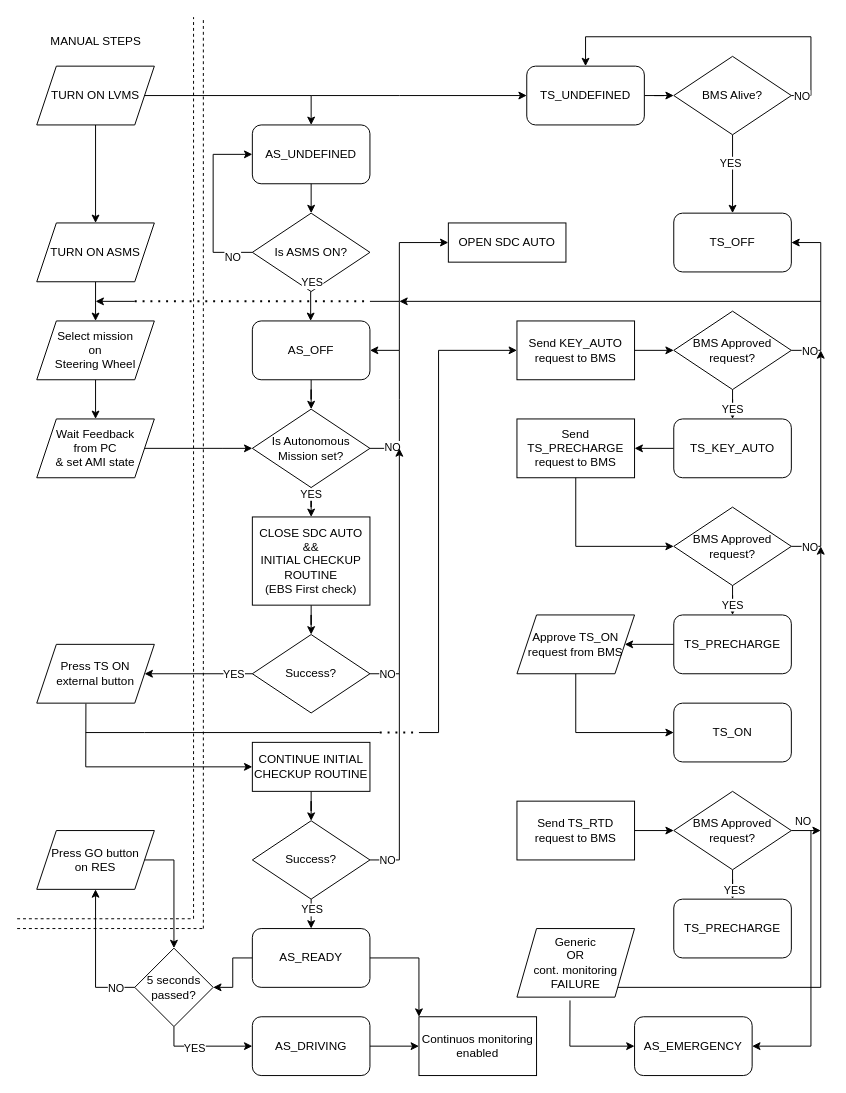
Earlier version of the draw.io diagram Diagramma senza titolo.drawio (carloFerr/carloFerr). Source tidied: cells renumbered, new cells numbered last; positions are measured from the earlier drawing's top-left corner, leaving out a move shared by most shapes. Both pictures are drawn from the tidied source at 98%, with x=0, y=0 at pixel (17, 17).
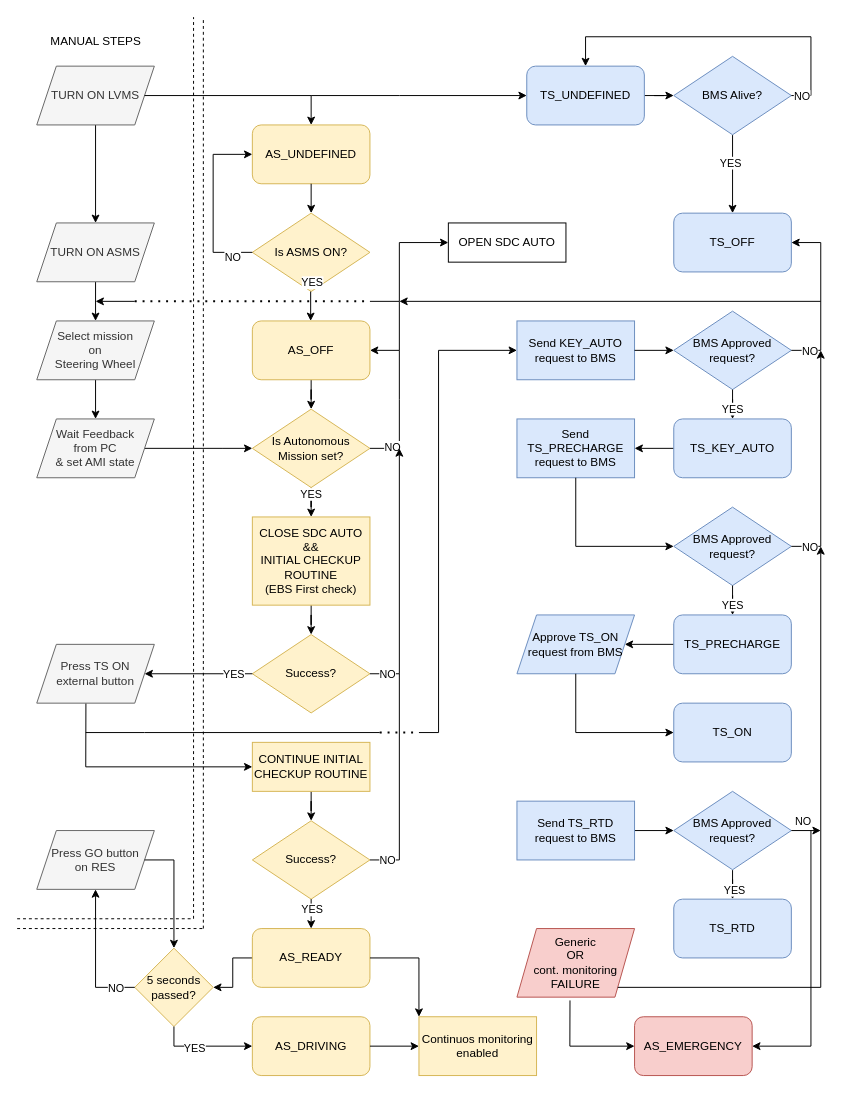
The same page after the edit.

The edit, as a diff of the source:
```diff
@@
-    <mxCell id="2" value="AS_UNDEFINED" style="rounded=1;whiteSpace=wrap;html=1;" parent="1" vertex="1">
+    <mxCell id="2" value="AS_UNDEFINED" style="rounded=1;whiteSpace=wrap;html=1;fillColor=#fff2cc;strokeColor=#d6b656;" parent="1" vertex="1">
       <mxGeometry x="240" y="110" width="120" height="60" as="geometry" />
     </mxCell>
@@
-    <mxCell id="4" value="TS_UNDEFINED" style="rounded=1;whiteSpace=wrap;html=1;" parent="1" vertex="1">
+    <mxCell id="4" value="TS_UNDEFINED" style="rounded=1;whiteSpace=wrap;html=1;fillColor=#dae8fc;strokeColor=#6c8ebf;" parent="1" vertex="1">
       <mxGeometry x="520" y="50" width="120" height="60" as="geometry" />
     </mxCell>
@@
-    <mxCell id="7" value="TURN ON LVMS" style="shape=parallelogram;perimeter=parallelogramPerimeter;whiteSpace=wrap;html=1;fixedSize=1;" parent="1" vertex="1">
+    <mxCell id="7" value="TURN ON LVMS" style="shape=parallelogram;perimeter=parallelogramPerimeter;whiteSpace=wrap;html=1;fixedSize=1;fillColor=#f5f5f5;fontColor=#333333;strokeColor=#666666;" parent="1" vertex="1">
       <mxGeometry x="20" y="50" width="120" height="60" as="geometry" />
     </mxCell>
@@
-    <mxCell id="10" value="BMS Alive?" style="rhombus;whiteSpace=wrap;html=1;" parent="1" vertex="1">
+    <mxCell id="10" value="BMS Alive?" style="rhombus;whiteSpace=wrap;html=1;fillColor=#dae8fc;strokeColor=#6c8ebf;" parent="1" vertex="1">
       <mxGeometry x="670" y="40" width="120" height="80" as="geometry" />
     </mxCell>
-    <mxCell id="11" value="TS_OFF" style="rounded=1;whiteSpace=wrap;html=1;" parent="1" vertex="1">
+    <mxCell id="11" value="TS_OFF" style="rounded=1;whiteSpace=wrap;html=1;fillColor=#dae8fc;strokeColor=#6c8ebf;" parent="1" vertex="1">
       <mxGeometry x="670" y="200" width="120" height="60" as="geometry" />
     </mxCell>
-    <mxCell id="12" value="Is ASMS ON?" style="rhombus;whiteSpace=wrap;html=1;" parent="1" vertex="1">
+    <mxCell id="12" value="Is ASMS ON?" style="rhombus;whiteSpace=wrap;html=1;fillColor=#fff2cc;strokeColor=#d6b656;" parent="1" vertex="1">
       <mxGeometry x="240" y="200" width="120" height="80" as="geometry" />
     </mxCell>
@@
-    <mxCell id="19" value="AS_OFF" style="rounded=1;whiteSpace=wrap;html=1;" parent="1" vertex="1">
+    <mxCell id="19" value="AS_OFF" style="rounded=1;whiteSpace=wrap;html=1;fillColor=#fff2cc;strokeColor=#d6b656;" parent="1" vertex="1">
       <mxGeometry x="240" y="310" width="120" height="60" as="geometry" />
     </mxCell>
@@
-    <mxCell id="21" value="Select mission&lt;br&gt;on&lt;br&gt;Steering Wheel" style="shape=parallelogram;perimeter=parallelogramPerimeter;whiteSpace=wrap;html=1;fixedSize=1;" parent="1" vertex="1">
+    <mxCell id="21" value="Select mission&lt;br&gt;on&lt;br&gt;Steering Wheel" style="shape=parallelogram;perimeter=parallelogramPerimeter;whiteSpace=wrap;html=1;fixedSize=1;fillColor=#f5f5f5;fontColor=#333333;strokeColor=#666666;" parent="1" vertex="1">
       <mxGeometry x="20" y="310" width="120" height="60" as="geometry" />
     </mxCell>
@@
-    <mxCell id="23" value="TURN ON ASMS" style="shape=parallelogram;perimeter=parallelogramPerimeter;whiteSpace=wrap;html=1;fixedSize=1;" parent="1" vertex="1">
+    <mxCell id="23" value="TURN ON ASMS" style="shape=parallelogram;perimeter=parallelogramPerimeter;whiteSpace=wrap;html=1;fixedSize=1;fillColor=#f5f5f5;fontColor=#333333;strokeColor=#666666;" parent="1" vertex="1">
       <mxGeometry x="20" y="210" width="120" height="60" as="geometry" />
     </mxCell>
@@
-    <mxCell id="25" value="Wait Feedback&lt;br&gt;from PC&lt;br&gt;&amp;amp; set AMI state" style="shape=parallelogram;perimeter=parallelogramPerimeter;whiteSpace=wrap;html=1;fixedSize=1;" parent="1" vertex="1">
+    <mxCell id="25" value="Wait Feedback&lt;br&gt;from PC&lt;br&gt;&amp;amp; set AMI state" style="shape=parallelogram;perimeter=parallelogramPerimeter;whiteSpace=wrap;html=1;fixedSize=1;fillColor=#f5f5f5;fontColor=#333333;strokeColor=#666666;" parent="1" vertex="1">
       <mxGeometry x="20" y="410" width="120" height="60" as="geometry" />
     </mxCell>
@@
-    <mxCell id="28" value="Is Autonomous Mission set?" style="rhombus;whiteSpace=wrap;html=1;" parent="1" vertex="1">
+    <mxCell id="28" value="Is Autonomous Mission set?" style="rhombus;whiteSpace=wrap;html=1;fillColor=#fff2cc;strokeColor=#d6b656;" parent="1" vertex="1">
       <mxGeometry x="240" y="400" width="120" height="80" as="geometry" />
     </mxCell>
@@
-    <mxCell id="32" value="CLOSE SDC AUTO&lt;br&gt;&amp;amp;&amp;amp;&lt;br&gt;INITIAL CHECKUP ROUTINE&lt;br&gt;(EBS First check)" style="rounded=0;whiteSpace=wrap;html=1;" parent="1" vertex="1">
+    <mxCell id="32" value="CLOSE SDC AUTO&lt;br&gt;&amp;amp;&amp;amp;&lt;br&gt;INITIAL CHECKUP ROUTINE&lt;br&gt;(EBS First check)" style="rounded=0;whiteSpace=wrap;html=1;fillColor=#fff2cc;strokeColor=#d6b656;" parent="1" vertex="1">
       <mxGeometry x="240" y="510" width="120" height="90" as="geometry" />
     </mxCell>
-    <mxCell id="33" value="Press TS ON&lt;br&gt;external button" style="shape=parallelogram;perimeter=parallelogramPerimeter;whiteSpace=wrap;html=1;fixedSize=1;" parent="1" vertex="1">
+    <mxCell id="33" value="Press TS ON&lt;br&gt;external button" style="shape=parallelogram;perimeter=parallelogramPerimeter;whiteSpace=wrap;html=1;fixedSize=1;fillColor=#f5f5f5;fontColor=#333333;strokeColor=#666666;" parent="1" vertex="1">
       <mxGeometry x="20" y="640" width="120" height="60" as="geometry" />
     </mxCell>
-    <mxCell id="34" value="Success?" style="rhombus;whiteSpace=wrap;html=1;" parent="1" vertex="1">
+    <mxCell id="34" value="Success?" style="rhombus;whiteSpace=wrap;html=1;fillColor=#fff2cc;strokeColor=#d6b656;" parent="1" vertex="1">
       <mxGeometry x="240" y="630" width="120" height="80" as="geometry" />
     </mxCell>
@@
-    <mxCell id="43" value="CONTINUE INITIAL CHECKUP ROUTINE" style="rounded=0;whiteSpace=wrap;html=1;" parent="1" vertex="1">
+    <mxCell id="43" value="CONTINUE INITIAL CHECKUP ROUTINE" style="rounded=0;whiteSpace=wrap;html=1;fillColor=#fff2cc;strokeColor=#d6b656;" parent="1" vertex="1">
       <mxGeometry x="240" y="740" width="120" height="50" as="geometry" />
     </mxCell>
@@
-    <mxCell id="45" value="Success?" style="rhombus;whiteSpace=wrap;html=1;" parent="1" vertex="1">
+    <mxCell id="45" value="Success?" style="rhombus;whiteSpace=wrap;html=1;fillColor=#fff2cc;strokeColor=#d6b656;" parent="1" vertex="1">
       <mxGeometry x="240" y="820" width="120" height="80" as="geometry" />
     </mxCell>
@@
-    <mxCell id="50" value="AS_READY" style="rounded=1;whiteSpace=wrap;html=1;" parent="1" vertex="1">
+    <mxCell id="50" value="AS_READY" style="rounded=1;whiteSpace=wrap;html=1;fillColor=#fff2cc;strokeColor=#d6b656;" parent="1" vertex="1">
       <mxGeometry x="240" y="930" width="120" height="60" as="geometry" />
     </mxCell>
@@
-    <mxCell id="52" value="BMS Approved request?" style="rhombus;whiteSpace=wrap;html=1;" parent="1" vertex="1">
+    <mxCell id="52" value="BMS Approved request?" style="rhombus;whiteSpace=wrap;html=1;fillColor=#dae8fc;strokeColor=#6c8ebf;" parent="1" vertex="1">
       <mxGeometry x="670" y="300" width="120" height="80" as="geometry" />
     </mxCell>
@@
-    <mxCell id="56" value="TS_KEY_AUTO" style="rounded=1;whiteSpace=wrap;html=1;" parent="1" vertex="1">
+    <mxCell id="56" value="TS_KEY_AUTO" style="rounded=1;whiteSpace=wrap;html=1;fillColor=#dae8fc;strokeColor=#6c8ebf;" parent="1" vertex="1">
       <mxGeometry x="670" y="410" width="120" height="60" as="geometry" />
     </mxCell>
-    <mxCell id="57" value="Continuos monitoring enabled" style="rounded=0;whiteSpace=wrap;html=1;" parent="1" vertex="1">
+    <mxCell id="57" value="Continuos monitoring enabled" style="rounded=0;whiteSpace=wrap;html=1;fillColor=#fff2cc;strokeColor=#d6b656;" parent="1" vertex="1">
       <mxGeometry x="410" y="1020" width="120" height="60" as="geometry" />
     </mxCell>
-    <mxCell id="58" value="Send TS_PRECHARGE request to BMS" style="rounded=0;whiteSpace=wrap;html=1;" parent="1" vertex="1">
+    <mxCell id="58" value="Send TS_PRECHARGE request to BMS" style="rounded=0;whiteSpace=wrap;html=1;fillColor=#dae8fc;strokeColor=#6c8ebf;" parent="1" vertex="1">
       <mxGeometry x="510" y="410" width="120" height="60" as="geometry" />
     </mxCell>
@@
-    <mxCell id="60" value="Send KEY_AUTO request to BMS" style="rounded=0;whiteSpace=wrap;html=1;" parent="1" vertex="1">
+    <mxCell id="60" value="Send KEY_AUTO request to BMS" style="rounded=0;whiteSpace=wrap;html=1;fillColor=#dae8fc;strokeColor=#6c8ebf;" parent="1" vertex="1">
       <mxGeometry x="510" y="310" width="120" height="60" as="geometry" />
     </mxCell>
@@
-    <mxCell id="65" value="BMS Approved request?" style="rhombus;whiteSpace=wrap;html=1;" parent="1" vertex="1">
+    <mxCell id="65" value="BMS Approved request?" style="rhombus;whiteSpace=wrap;html=1;fillColor=#dae8fc;strokeColor=#6c8ebf;" parent="1" vertex="1">
       <mxGeometry x="670" y="500" width="120" height="80" as="geometry" />
     </mxCell>
@@
-    <mxCell id="69" value="TS_PRECHARGE" style="rounded=1;whiteSpace=wrap;html=1;" parent="1" vertex="1">
+    <mxCell id="69" value="TS_PRECHARGE" style="rounded=1;whiteSpace=wrap;html=1;fillColor=#dae8fc;strokeColor=#6c8ebf;" parent="1" vertex="1">
       <mxGeometry x="670" y="610" width="120" height="60" as="geometry" />
     </mxCell>
@@
-    <mxCell id="73" value="Approve TS_ON request from BMS" style="shape=parallelogram;perimeter=parallelogramPerimeter;whiteSpace=wrap;html=1;fixedSize=1;" parent="1" vertex="1">
+    <mxCell id="73" value="Approve TS_ON request from BMS" style="shape=parallelogram;perimeter=parallelogramPerimeter;whiteSpace=wrap;html=1;fixedSize=1;fillColor=#dae8fc;strokeColor=#6c8ebf;" parent="1" vertex="1">
       <mxGeometry x="510" y="610" width="120" height="60" as="geometry" />
     </mxCell>
@@
-    <mxCell id="77" value="TS_ON" style="rounded=1;whiteSpace=wrap;html=1;" parent="1" vertex="1">
+    <mxCell id="77" value="TS_ON" style="rounded=1;whiteSpace=wrap;html=1;fillColor=#dae8fc;strokeColor=#6c8ebf;" parent="1" vertex="1">
       <mxGeometry x="670" y="700" width="120" height="60" as="geometry" />
     </mxCell>
@@
-    <mxCell id="84" value="Press GO button&lt;br&gt;on RES" style="shape=parallelogram;perimeter=parallelogramPerimeter;whiteSpace=wrap;html=1;fixedSize=1;" parent="1" vertex="1">
+    <mxCell id="84" value="Press GO button&lt;br&gt;on RES" style="shape=parallelogram;perimeter=parallelogramPerimeter;whiteSpace=wrap;html=1;fixedSize=1;fillColor=#f5f5f5;fontColor=#333333;strokeColor=#666666;" parent="1" vertex="1">
       <mxGeometry x="20" y="830" width="120" height="60" as="geometry" />
     </mxCell>
@@
-    <mxCell id="87" value="5 seconds passed?" style="rhombus;whiteSpace=wrap;html=1;" parent="1" vertex="1">
+    <mxCell id="87" value="5 seconds passed?" style="rhombus;whiteSpace=wrap;html=1;fillColor=#fff2cc;strokeColor=#d6b656;" parent="1" vertex="1">
       <mxGeometry x="120" y="950" width="80" height="80" as="geometry" />
     </mxCell>
@@
-    <mxCell id="91" value="AS_DRIVING" style="rounded=1;whiteSpace=wrap;html=1;" parent="1" vertex="1">
+    <mxCell id="91" value="AS_DRIVING" style="rounded=1;whiteSpace=wrap;html=1;fillColor=#fff2cc;strokeColor=#d6b656;" parent="1" vertex="1">
       <mxGeometry x="240" y="1020" width="120" height="60" as="geometry" />
     </mxCell>
@@
-    <mxCell id="96" value="Generic&lt;br&gt;OR&lt;br&gt;cont. monitoring&lt;br&gt;FAILURE" style="shape=parallelogram;perimeter=parallelogramPerimeter;whiteSpace=wrap;html=1;fixedSize=1;" parent="1" vertex="1">
+    <mxCell id="96" value="Generic&lt;br&gt;OR&lt;br&gt;cont. monitoring&lt;br&gt;FAILURE" style="shape=parallelogram;perimeter=parallelogramPerimeter;whiteSpace=wrap;html=1;fixedSize=1;fillColor=#f8cecc;strokeColor=#b85450;" parent="1" vertex="1">
       <mxGeometry x="510" y="930" width="120" height="70" as="geometry" />
     </mxCell>
-    <mxCell id="97" value="AS_EMERGENCY" style="rounded=1;whiteSpace=wrap;html=1;" parent="1" vertex="1">
+    <mxCell id="97" value="AS_EMERGENCY" style="rounded=1;whiteSpace=wrap;html=1;fillColor=#f8cecc;strokeColor=#b85450;" parent="1" vertex="1">
       <mxGeometry x="630" y="1020" width="120" height="60" as="geometry" />
     </mxCell>
@@
-    <mxCell id="103" value="Send TS_RTD &lt;br&gt;request to BMS" style="rounded=0;whiteSpace=wrap;html=1;" parent="1" vertex="1">
+    <mxCell id="103" value="Send TS_RTD &lt;br&gt;request to BMS" style="rounded=0;whiteSpace=wrap;html=1;fillColor=#dae8fc;strokeColor=#6c8ebf;" parent="1" vertex="1">
       <mxGeometry x="510" y="800" width="120" height="60" as="geometry" />
     </mxCell>
@@
-    <mxCell id="106" value="BMS Approved request?" style="rhombus;whiteSpace=wrap;html=1;" parent="1" vertex="1">
+    <mxCell id="106" value="BMS Approved request?" style="rhombus;whiteSpace=wrap;html=1;fillColor=#dae8fc;strokeColor=#6c8ebf;" parent="1" vertex="1">
       <mxGeometry x="670" y="790" width="120" height="80" as="geometry" />
     </mxCell>
@@
-    <mxCell id="111" value="TS_PRECHARGE" style="rounded=1;whiteSpace=wrap;html=1;" parent="1" vertex="1">
+    <mxCell id="111" value="TS_RTD" style="rounded=1;whiteSpace=wrap;html=1;fillColor=#dae8fc;strokeColor=#6c8ebf;" parent="1" vertex="1">
       <mxGeometry x="670" y="900" width="120" height="60" as="geometry" />
     </mxCell>
```
